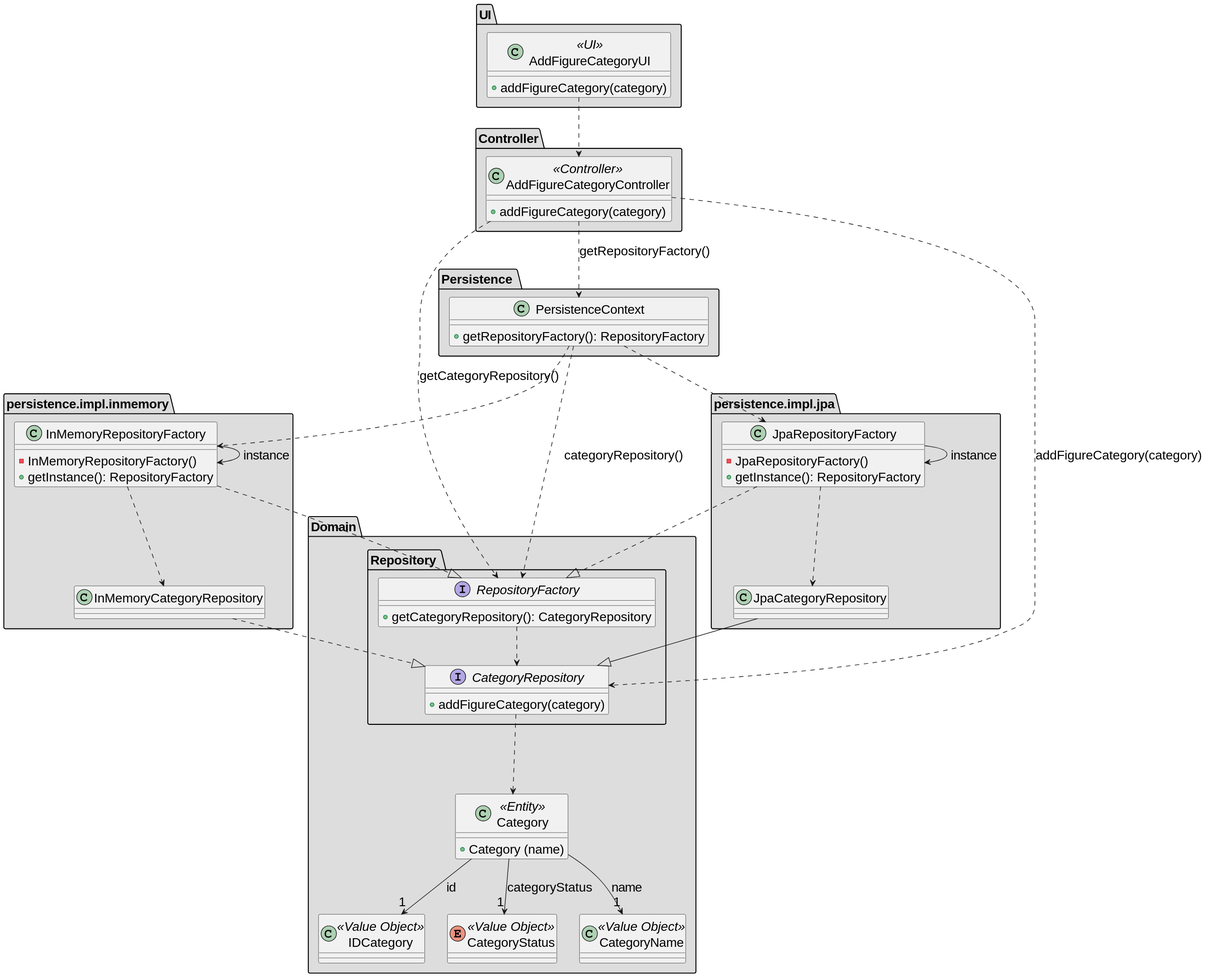
Above: docs/SPRINT_2/US245/images/class-diagram-245.svg in diogoveirospro/sem4pi-2024-2025-sem4pi_2024_2025_g44 (PlantUML), before the change.
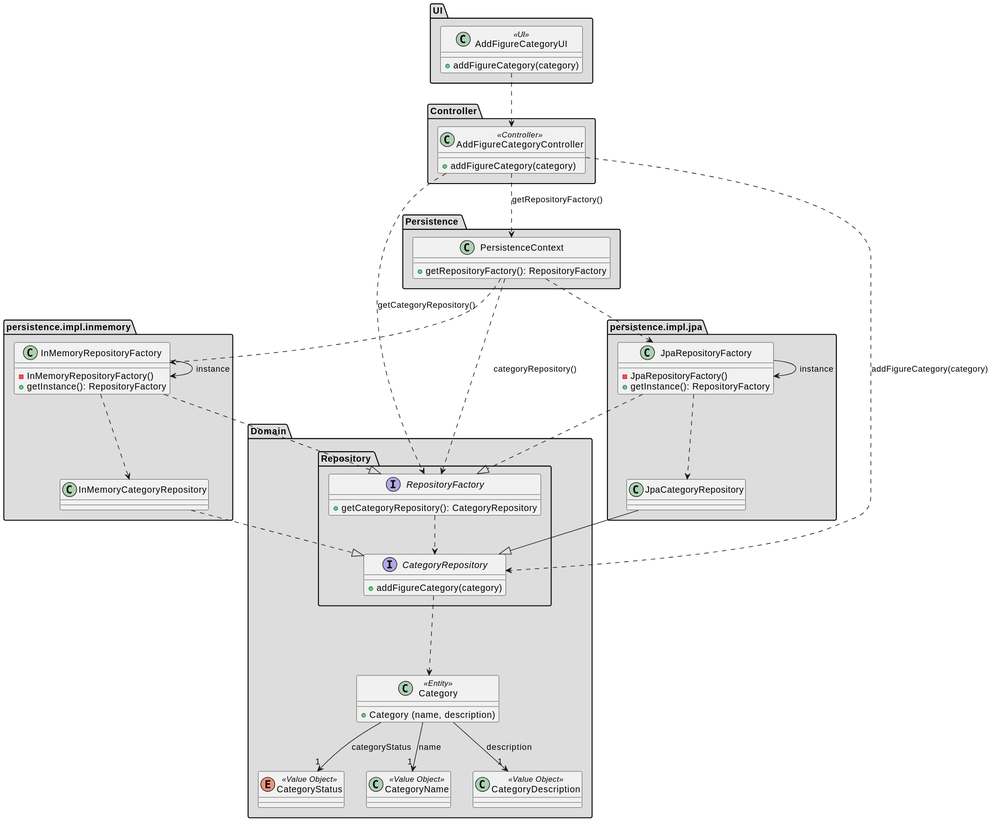
The same file after the commit.

Commit message:
#61 Corrected the domain model and class diagram of us 245

Diff of the diagram source:
```diff
@@ -1,5 +1,4 @@
 @startuml
-skinparamlocked defaultFontSize 20
 set separator none
 
 package "Persistence " #DDDDDD {
@@ -44,10 +43,7 @@
     }
 
     class Category <<Entity>>{
-        + Category (name)
-    }
-
-    class IDCategory <<Value Object>>{
+        + Category (name, description)
     }
 
     enum CategoryStatus <<Value Object>>{
@@ -56,6 +52,8 @@
     class CategoryName <<Value Object>>{
     }
 
+    class CategoryDescription <<Value Object>>{
+    }
 }
 
 package "UI" #DDDDDD {
@@ -95,9 +93,9 @@
     RepositoryFactory ..> CategoryRepository
 
 
-    Category --> "1" IDCategory: id
     Category --> "1" CategoryStatus: categoryStatus
     Category --> "1" CategoryName: name
+    Category --> "1" CategoryDescription: description
 
 
     AddFigureCategoryUI ..> AddFigureCategoryController
```
